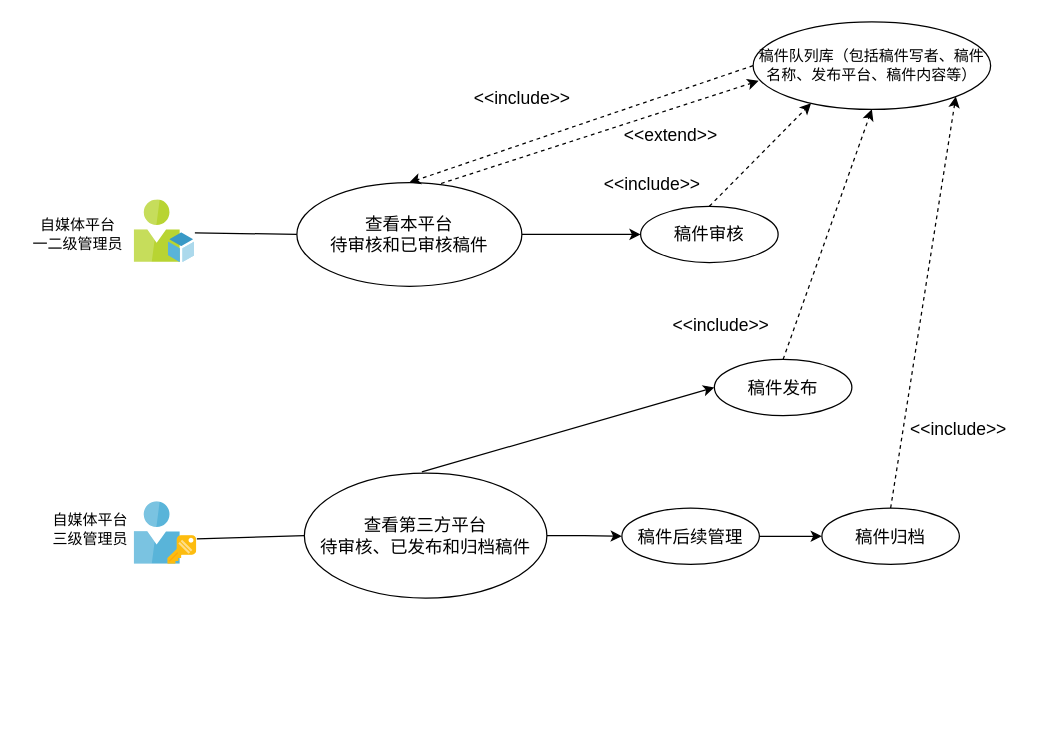
zan-press/diagram keeps this draw.io diagram as 1-SoftwareRequirements/ArticleManagement/am_usercase.drawio. Above is the earlier version. Source tidied: cells renumbered, new cells numbered last; positions are measured from the earlier drawing's top-left corner, leaving out a move shared by most shapes. Both pictures are drawn from the tidied source at 125%, with x=0, y=0 at pixel (21, 21).
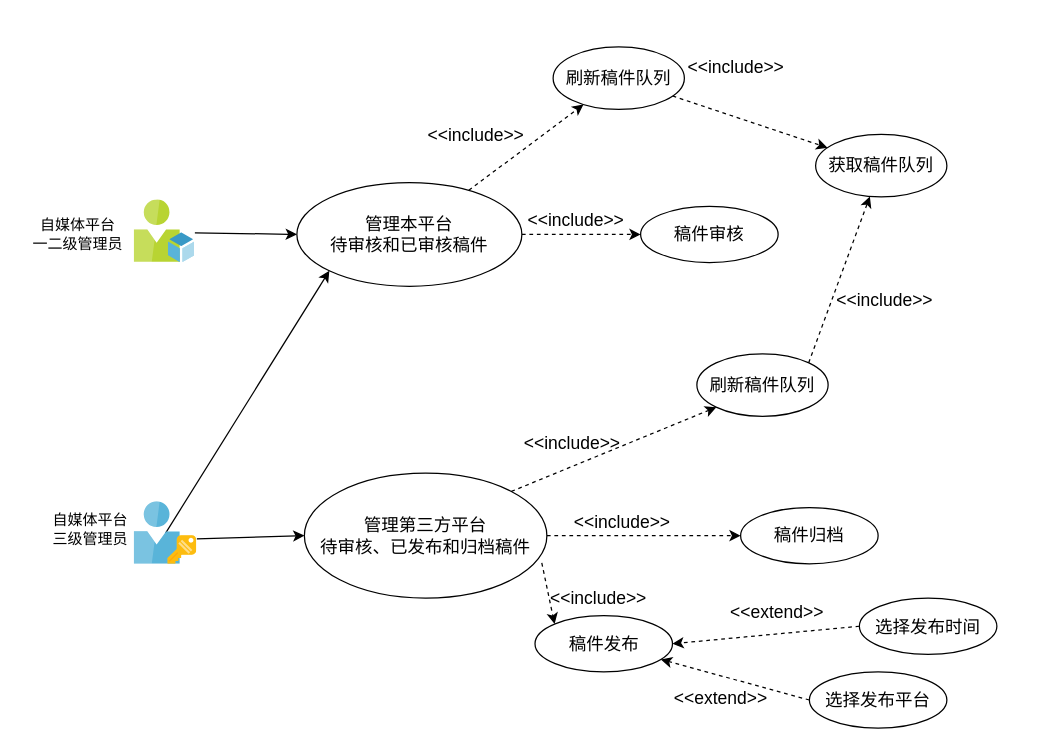
Above is the later version.

Commit message:
Update article management user case

Unchanged cells that the change refers to:
```xml
<mxCell id="10" value="稿件审核" style="ellipse;whiteSpace=wrap;html=1;fontFamily=SF Mono;fontSize=14;" parent="1" vertex="1">
  <mxGeometry x="495" y="147.5" width="110" height="45" as="geometry" />
</mxCell>
```

Change to the diagram source:
```diff
@@
-    <mxCell id="2" style="edgeStyle=none;rounded=0;jettySize=auto;html=1;entryX=0;entryY=0.5;entryDx=0;entryDy=0;startArrow=none;startFill=0;endArrow=none;endFill=0;fontFamily=SF Mono;fontSize=14;exitX=0.998;exitY=0.526;exitDx=0;exitDy=0;exitPerimeter=0;" parent="1" edge="1" source="27" target="8">
+    <mxCell id="2" style="edgeStyle=none;rounded=0;jettySize=auto;html=1;entryX=0;entryY=0.5;entryDx=0;entryDy=0;startArrow=none;startFill=0;endArrow=classic;endFill=1;fontFamily=SF Mono;fontSize=14;exitX=0.998;exitY=0.526;exitDx=0;exitDy=0;exitPerimeter=0;" parent="1" edge="1" source="27" target="8">
       <mxGeometry relative="1" as="geometry" />
     </mxCell>
-    <mxCell id="3" style="rounded=0;jettySize=auto;html=1;endArrow=none;endFill=0;entryX=0;entryY=0.5;entryDx=0;entryDy=0;exitX=1;exitY=0.592;exitDx=0;exitDy=0;exitPerimeter=0;fontFamily=SF Mono;" parent="1" edge="1" source="28" target="12">
+    <mxCell id="3" style="rounded=0;jettySize=auto;html=1;endArrow=classic;endFill=1;entryX=0;entryY=0.5;entryDx=0;entryDy=0;exitX=1;exitY=0.592;exitDx=0;exitDy=0;exitPerimeter=0;" parent="1" edge="1" source="28" target="12">
       <mxGeometry relative="1" as="geometry" />
     </mxCell>
@@
-    <mxCell id="5" style="rounded=0;jettySize=auto;html=1;exitX=0.609;exitY=0.032;exitDx=0;exitDy=0;entryX=0.023;entryY=0.674;entryDx=0;entryDy=0;entryPerimeter=0;dashed=1;exitPerimeter=0;fontFamily=SF Mono;" parent="1" edge="1" source="8" target="15">
-      <mxGeometry relative="1" as="geometry" />
-    </mxCell>
-    <mxCell id="6" style="edgeStyle=orthogonalEdgeStyle;rounded=0;jettySize=auto;html=1;fontFamily=SF Mono;" parent="1" edge="1" source="8" target="10">
+    <mxCell id="6" style="edgeStyle=orthogonalEdgeStyle;rounded=0;jettySize=auto;html=1;dashed=1;" parent="1" edge="1" source="8" target="10">
       <mxGeometry relative="1" as="geometry" />
     </mxCell>
-    <mxCell id="7" style="rounded=0;jettySize=auto;html=1;entryX=0;entryY=0.5;entryDx=0;entryDy=0;fontFamily=SF Mono;" parent="1" edge="1" target="20">
-      <mxGeometry relative="1" as="geometry">
-        <mxPoint x="320" y="360" as="sourcePoint" />
-      </mxGeometry>
+    <mxCell id="7" style="rounded=0;jettySize=auto;html=1;entryX=0;entryY=0;entryDx=0;entryDy=0;dashed=1;exitX=0.979;exitY=0.718;exitDx=0;exitDy=0;exitPerimeter=0;" parent="1" edge="1" source="12" target="20">
+      <mxGeometry relative="1" as="geometry" />
     </mxCell>
+    <mxCell id="29" style="rounded=0;jettySize=auto;html=1;dashed=1;endArrow=classic;endFill=1;" parent="1" edge="1" source="8" target="31">
+      <mxGeometry relative="1" as="geometry" />
+    </mxCell>
-    <mxCell id="8" value="查看本平台&lt;br&gt;待审核和已审核稿件" style="ellipse;whiteSpace=wrap;html=1;fontFamily=SF Mono;fontSize=14;" parent="1" vertex="1">
+    <mxCell id="8" value="管理本平台&lt;br&gt;待审核和已审核稿件" style="ellipse;whiteSpace=wrap;html=1;fontFamily=SF Mono;fontSize=14;" parent="1" vertex="1">
       <mxGeometry x="220" y="128.5" width="180" height="83" as="geometry" />
     </mxCell>
-    <mxCell id="9" style="rounded=0;jettySize=auto;html=1;exitX=0.5;exitY=0;exitDx=0;exitDy=0;entryX=0.244;entryY=0.931;entryDx=0;entryDy=0;entryPerimeter=0;dashed=1;fontFamily=SF Mono;" parent="1" edge="1" source="10" target="15">
-      <mxGeometry relative="1" as="geometry" />
-    </mxCell>
+    <mxCell id="30" style="edgeStyle=none;rounded=0;jettySize=auto;html=1;dashed=1;endArrow=classic;endFill=1;" parent="1" edge="1" source="31" target="32">
+      <mxGeometry relative="1" as="geometry" />
+    </mxCell>
+    <mxCell id="31" value="刷新稿件队列" style="ellipse;whiteSpace=wrap;html=1;fontFamily=SF Mono;fontSize=14;" parent="1" vertex="1">
+      <mxGeometry x="425" y="20" width="105" height="50" as="geometry" />
+    </mxCell>
+    <mxCell id="32" value="获取稿件队列" style="ellipse;whiteSpace=wrap;html=1;fontFamily=SF Mono;fontSize=14;" parent="1" vertex="1">
+      <mxGeometry x="635" y="90" width="105" height="50" as="geometry" />
+    </mxCell>
@@
-    <mxCell id="11" style="edgeStyle=orthogonalEdgeStyle;rounded=0;jettySize=auto;html=1;exitX=1;exitY=0.5;exitDx=0;exitDy=0;entryX=0;entryY=0.5;entryDx=0;entryDy=0;fontFamily=SF Mono;" parent="1" edge="1" source="12" target="22">
-      <mxGeometry relative="1" as="geometry" />
-    </mxCell>
+    <mxCell id="33" style="edgeStyle=none;rounded=0;jettySize=auto;html=1;exitX=1;exitY=0;exitDx=0;exitDy=0;entryX=0;entryY=1;entryDx=0;entryDy=0;dashed=1;endArrow=classic;endFill=1;" parent="1" edge="1" source="12" target="44">
+      <mxGeometry relative="1" as="geometry" />
+    </mxCell>
-    <mxCell id="12" value="查看第三方平台&lt;br&gt;待审核、已发布和归档稿件" style="ellipse;whiteSpace=wrap;html=1;fontFamily=SF Mono;fontSize=14;" parent="1" vertex="1">
+    <mxCell id="12" value="管理第三方平台&lt;br&gt;待审核、已发布和归档稿件" style="ellipse;whiteSpace=wrap;html=1;fontFamily=SF Mono;fontSize=14;" parent="1" vertex="1">
       <mxGeometry x="226" y="361" width="194" height="100" as="geometry" />
     </mxCell>
@@
-    <mxCell id="14" style="rounded=0;jettySize=auto;html=1;exitX=0;exitY=0.5;exitDx=0;exitDy=0;entryX=0.5;entryY=0;entryDx=0;entryDy=0;dashed=1;fontFamily=SF Mono;" parent="1" edge="1" source="15" target="8">
-      <mxGeometry relative="1" as="geometry" />
-    </mxCell>
-    <mxCell id="15" value="稿件队列库（包括稿件写者、稿件名称、发布平台、稿件内容等）" style="ellipse;whiteSpace=wrap;html=1;fontFamily=SF Mono;" parent="1" vertex="1">
-      <mxGeometry x="585" width="190" height="70" as="geometry" />
-    </mxCell>
-    <mxCell id="16" value="&lt;font style=&quot;font-size: 14px&quot;&gt;&amp;lt;&amp;lt;include&amp;gt;&amp;gt;&lt;/font&gt;" style="text;html=1;align=left;verticalAlign=top;spacingTop=-4;fontFamily=SF Mono;" parent="1" vertex="1">
-      <mxGeometry x="360" y="50" width="90" height="20" as="geometry" />
-    </mxCell>
-    <mxCell id="17" value="&lt;font style=&quot;font-size: 14px&quot;&gt;&amp;lt;&amp;lt;extend&amp;gt;&amp;gt;&lt;/font&gt;" style="text;html=1;align=left;verticalAlign=top;spacingTop=-4;fontFamily=SF Mono;" parent="1" vertex="1">
-      <mxGeometry x="480" y="80" width="90" height="20" as="geometry" />
-    </mxCell>
-    <mxCell id="18" value="&lt;font style=&quot;font-size: 14px&quot;&gt;&amp;lt;&amp;lt;include&amp;gt;&amp;gt;&lt;/font&gt;" style="text;html=1;align=left;verticalAlign=top;spacingTop=-4;fontFamily=SF Mono;" parent="1" vertex="1">
-      <mxGeometry x="464" y="118.5" width="90" height="20" as="geometry" />
+    <mxCell id="18" value="&lt;font style=&quot;font-size: 14px&quot;&gt;&amp;lt;&amp;lt;include&amp;gt;&amp;gt;&lt;/font&gt;" style="text;html=1;align=left;verticalAlign=top;spacingTop=-4;" parent="1" vertex="1">
+      <mxGeometry x="323" y="80" width="90" height="20" as="geometry" />
     </mxCell>
-    <mxCell id="19" style="rounded=0;jettySize=auto;html=1;exitX=0.5;exitY=0;exitDx=0;exitDy=0;entryX=0.5;entryY=1;entryDx=0;entryDy=0;dashed=1;fontFamily=SF Mono;" parent="1" edge="1" source="20" target="15">
-      <mxGeometry relative="1" as="geometry" />
-    </mxCell>
     <mxCell id="20" value="稿件发布" style="ellipse;whiteSpace=wrap;html=1;fontFamily=SF Mono;fontSize=14;" parent="1" vertex="1">
-      <mxGeometry x="554" y="270" width="110" height="45" as="geometry" />
+      <mxGeometry x="410.5" y="475" width="110" height="45" as="geometry" />
     </mxCell>
+    <mxCell id="34" style="edgeStyle=none;rounded=0;jettySize=auto;html=1;exitX=0;exitY=0.5;exitDx=0;exitDy=0;dashed=1;endArrow=classic;endFill=1;" parent="1" edge="1" source="35" target="20">
+      <mxGeometry relative="1" as="geometry" />
+    </mxCell>
+    <mxCell id="35" value="选择发布平台" style="ellipse;whiteSpace=wrap;html=1;fontFamily=SF Mono;fontSize=14;" parent="1" vertex="1">
+      <mxGeometry x="630" y="520" width="110" height="45" as="geometry" />
+    </mxCell>
-    <mxCell id="21" style="edgeStyle=orthogonalEdgeStyle;rounded=0;jettySize=auto;html=1;exitX=1;exitY=0.5;exitDx=0;exitDy=0;entryX=0;entryY=0.5;entryDx=0;entryDy=0;fontFamily=SF Mono;" parent="1" edge="1" source="22" target="24">
+    <mxCell id="21" style="edgeStyle=orthogonalEdgeStyle;rounded=0;jettySize=auto;html=1;exitX=1;exitY=0.5;exitDx=0;exitDy=0;entryX=0;entryY=0.5;entryDx=0;entryDy=0;dashed=1;" parent="1" edge="1" source="12" target="24">
       <mxGeometry relative="1" as="geometry" />
     </mxCell>
-    <mxCell id="22" value="稿件后续管理" style="ellipse;whiteSpace=wrap;html=1;fontFamily=SF Mono;fontSize=14;" parent="1" vertex="1">
-      <mxGeometry x="480" y="389" width="110" height="45" as="geometry" />
-    </mxCell>
-    <mxCell id="23" style="rounded=0;jettySize=auto;html=1;exitX=0.5;exitY=0;exitDx=0;exitDy=0;entryX=1;entryY=1;entryDx=0;entryDy=0;dashed=1;fontFamily=SF Mono;" parent="1" edge="1" source="24" target="15">
-      <mxGeometry relative="1" as="geometry" />
-    </mxCell>
     <mxCell id="24" value="稿件归档" style="ellipse;whiteSpace=wrap;html=1;fontFamily=SF Mono;fontSize=14;" parent="1" vertex="1">
-      <mxGeometry x="640" y="389" width="110" height="45" as="geometry" />
+      <mxGeometry x="575" y="388.5" width="110" height="45" as="geometry" />
     </mxCell>
-    <mxCell id="25" value="&lt;font style=&quot;font-size: 14px&quot;&gt;&amp;lt;&amp;lt;include&amp;gt;&amp;gt;&lt;/font&gt;" style="text;html=1;align=left;verticalAlign=top;spacingTop=-4;fontFamily=SF Mono;" parent="1" vertex="1">
-      <mxGeometry x="519" y="231.5" width="90" height="20" as="geometry" />
+    <mxCell id="25" value="&lt;font style=&quot;font-size: 14px&quot;&gt;&amp;lt;&amp;lt;include&amp;gt;&amp;gt;&lt;/font&gt;" style="text;html=1;align=left;verticalAlign=top;spacingTop=-4;" parent="1" vertex="1">
+      <mxGeometry x="420.5" y="450" width="90" height="20" as="geometry" />
     </mxCell>
-    <mxCell id="26" value="&lt;font style=&quot;font-size: 14px&quot;&gt;&amp;lt;&amp;lt;include&amp;gt;&amp;gt;&lt;/font&gt;" style="text;html=1;align=left;verticalAlign=top;spacingTop=-4;fontFamily=SF Mono;" parent="1" vertex="1">
-      <mxGeometry x="709" y="315" width="90" height="20" as="geometry" />
-    </mxCell>
-    <mxCell id="27" style="html=1;perimeter=none;align=center;shadow=0;dashed=0;image;fontSize=12;image=img/lib/mscae/ResourceRole.svg;fontFamily=SF Mono;" parent="1" vertex="1">
+    <mxCell id="27" style="html=1;perimeter=none;align=center;shadow=0;dashed=0;image;fontSize=12;image=img/lib/mscae/ResourceRole.svg;" parent="1" vertex="1">
       <mxGeometry x="90" y="142.5" width="48.5" height="50" as="geometry" />
     </mxCell>
+    <mxCell id="36" style="edgeStyle=none;rounded=0;jettySize=auto;html=1;endArrow=classic;endFill=1;entryX=0;entryY=1;entryDx=0;entryDy=0;" parent="1" edge="1" source="28" target="8">
+      <mxGeometry relative="1" as="geometry" />
+    </mxCell>
-    <mxCell id="28" style="html=1;perimeter=none;align=center;shadow=0;dashed=0;image;fontSize=12;image=img/lib/mscae/ADFS.svg;fontFamily=SF Mono;" parent="1" vertex="1">
+    <mxCell id="28" style="html=1;perimeter=none;align=center;shadow=0;dashed=0;image;fontSize=12;image=img/lib/mscae/ADFS.svg;" parent="1" vertex="1">
       <mxGeometry x="90" y="384" width="50" height="50" as="geometry" />
     </mxCell>
+    <mxCell id="37" value="&lt;font style=&quot;font-size: 14px&quot;&gt;&amp;lt;&amp;lt;include&amp;gt;&amp;gt;&lt;/font&gt;" style="text;html=1;align=left;verticalAlign=top;spacingTop=-4;" parent="1" vertex="1">
+      <mxGeometry x="403" y="147.5" width="90" height="20" as="geometry" />
+    </mxCell>
+    <mxCell id="38" value="&lt;font style=&quot;font-size: 14px&quot;&gt;&amp;lt;&amp;lt;extend&amp;gt;&amp;gt;&lt;/font&gt;" style="text;html=1;align=left;verticalAlign=top;spacingTop=-4;" parent="1" vertex="1">
+      <mxGeometry x="565" y="461" width="90" height="20" as="geometry" />
+    </mxCell>
+    <mxCell id="39" style="edgeStyle=none;rounded=0;jettySize=auto;html=1;exitX=0;exitY=0.5;exitDx=0;exitDy=0;entryX=1;entryY=0.5;entryDx=0;entryDy=0;dashed=1;endArrow=classic;endFill=1;" parent="1" edge="1" source="40" target="20">
+      <mxGeometry relative="1" as="geometry" />
+    </mxCell>
+    <mxCell id="40" value="选择发布时间" style="ellipse;whiteSpace=wrap;html=1;fontFamily=SF Mono;fontSize=14;" parent="1" vertex="1">
+      <mxGeometry x="670" y="461" width="110" height="45" as="geometry" />
+    </mxCell>
+    <mxCell id="41" value="&lt;font style=&quot;font-size: 14px&quot;&gt;&amp;lt;&amp;lt;extend&amp;gt;&amp;gt;&lt;/font&gt;" style="text;html=1;align=left;verticalAlign=top;spacingTop=-4;" parent="1" vertex="1">
+      <mxGeometry x="520" y="530" width="90" height="20" as="geometry" />
+    </mxCell>
+    <mxCell id="42" value="&lt;font style=&quot;font-size: 14px&quot;&gt;&amp;lt;&amp;lt;include&amp;gt;&amp;gt;&lt;/font&gt;" style="text;html=1;align=left;verticalAlign=top;spacingTop=-4;" parent="1" vertex="1">
+      <mxGeometry x="440" y="388.5" width="90" height="20" as="geometry" />
+    </mxCell>
+    <mxCell id="43" style="edgeStyle=none;rounded=0;jettySize=auto;html=1;exitX=1;exitY=0;exitDx=0;exitDy=0;dashed=1;endArrow=classic;endFill=1;" parent="1" edge="1" source="44" target="32">
+      <mxGeometry relative="1" as="geometry" />
+    </mxCell>
+    <mxCell id="44" value="刷新稿件队列" style="ellipse;whiteSpace=wrap;html=1;fontFamily=SF Mono;fontSize=14;" parent="1" vertex="1">
+      <mxGeometry x="540" y="265.5" width="105" height="50" as="geometry" />
+    </mxCell>
+    <mxCell id="45" value="&lt;font style=&quot;font-size: 14px&quot;&gt;&amp;lt;&amp;lt;include&amp;gt;&amp;gt;&lt;/font&gt;" style="text;html=1;align=left;verticalAlign=top;spacingTop=-4;" parent="1" vertex="1">
+      <mxGeometry x="400" y="325.5" width="90" height="20" as="geometry" />
+    </mxCell>
+    <mxCell id="46" value="&lt;font style=&quot;font-size: 14px&quot;&gt;&amp;lt;&amp;lt;include&amp;gt;&amp;gt;&lt;/font&gt;" style="text;html=1;align=left;verticalAlign=top;spacingTop=-4;" parent="1" vertex="1">
+      <mxGeometry x="531" y="25" width="90" height="20" as="geometry" />
+    </mxCell>
+    <mxCell id="47" value="&lt;font style=&quot;font-size: 14px&quot;&gt;&amp;lt;&amp;lt;include&amp;gt;&amp;gt;&lt;/font&gt;" style="text;html=1;align=left;verticalAlign=top;spacingTop=-4;" parent="1" vertex="1">
+      <mxGeometry x="650" y="211.5" width="90" height="20" as="geometry" />
+    </mxCell>
```
